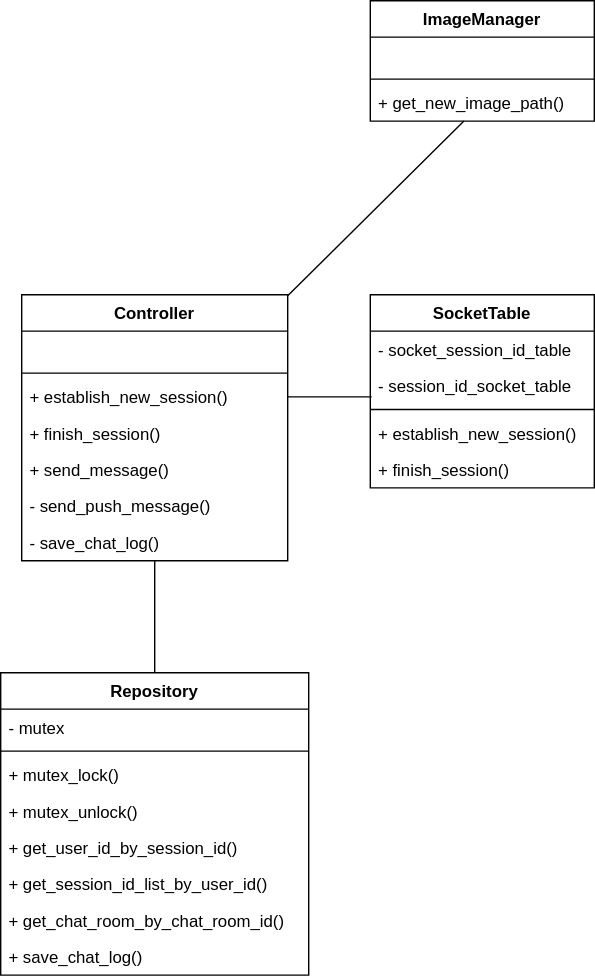
The draw.io diagram 클래스 다이어그램/chat_server_class_diagram.svg in shlim0/2022_capstone1, before a commit. Source tidied: cells renumbered, new cells last; positions are measured from the earlier drawing's top-left corner, leaving out a move shared by most shapes.
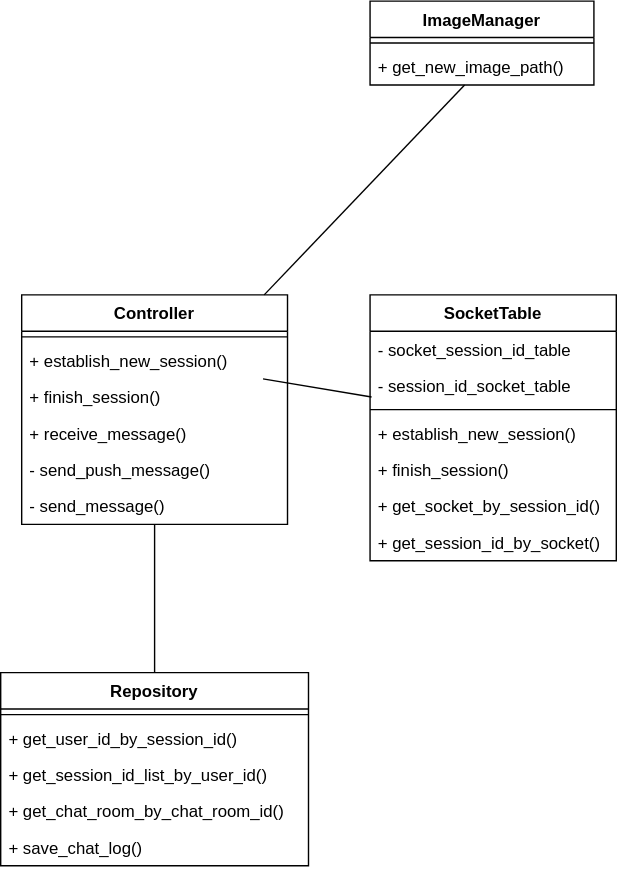
Above is the later version.

Commit message:
chat server class diagram 수정

The edit, as a diff of the source:
```diff
@@ -3,94 +3,87 @@
     <mxCell id="0" />
     <mxCell id="1" parent="0" />
     <mxCell id="2" value="Repository" style="swimlane;fontStyle=1;align=center;verticalAlign=top;horizontal=1;startSize=26;" parent="1" vertex="1">
-      <mxGeometry y="480" width="220" height="216" as="geometry" />
+      <mxGeometry y="480" width="220" height="138" as="geometry" />
     </mxCell>
-    <mxCell id="3" value="- mutex" style="text;strokeColor=none;fillColor=none;align=left;verticalAlign=top;spacingLeft=4;spacingRight=4;overflow=hidden;" parent="2" vertex="1">
-      <mxGeometry y="26" width="220" height="26" as="geometry" />
-    </mxCell>
     <mxCell id="4" style="line;strokeWidth=1;fillColor=none;align=left;verticalAlign=middle;spacingTop=-1;spacingLeft=3;spacingRight=3;labelPosition=right;strokeColor=inherit;" parent="2" vertex="1">
-      <mxGeometry y="52" width="220" height="8" as="geometry" />
+      <mxGeometry y="26" width="220" height="8" as="geometry" />
     </mxCell>
-    <mxCell id="5" value="+ mutex_lock()" style="text;strokeColor=none;fillColor=none;align=left;verticalAlign=top;spacingLeft=4;spacingRight=4;overflow=hidden;" parent="2" vertex="1">
-      <mxGeometry y="60" width="220" height="26" as="geometry" />
-    </mxCell>
-    <mxCell id="6" value="+ mutex_unlock()" style="text;strokeColor=none;fillColor=none;align=left;verticalAlign=top;spacingLeft=4;spacingRight=4;overflow=hidden;" parent="2" vertex="1">
-      <mxGeometry y="86" width="220" height="26" as="geometry" />
-    </mxCell>
     <mxCell id="7" value="+ get_user_id_by_session_id()" style="text;strokeColor=none;fillColor=none;align=left;verticalAlign=top;spacingLeft=4;spacingRight=4;overflow=hidden;" parent="2" vertex="1">
-      <mxGeometry y="112" width="220" height="26" as="geometry" />
+      <mxGeometry y="34" width="220" height="26" as="geometry" />
     </mxCell>
     <mxCell id="8" value="+ get_session_id_list_by_user_id()" style="text;strokeColor=none;fillColor=none;align=left;verticalAlign=top;spacingLeft=4;spacingRight=4;overflow=hidden;" parent="2" vertex="1">
-      <mxGeometry y="138" width="220" height="26" as="geometry" />
+      <mxGeometry y="60" width="220" height="26" as="geometry" />
     </mxCell>
     <mxCell id="9" value="+ get_chat_room_by_chat_room_id()" style="text;strokeColor=none;fillColor=none;align=left;verticalAlign=top;spacingLeft=4;spacingRight=4;overflow=hidden;" parent="2" vertex="1">
-      <mxGeometry y="164" width="220" height="26" as="geometry" />
+      <mxGeometry y="86" width="220" height="26" as="geometry" />
     </mxCell>
     <mxCell id="10" value="+ save_chat_log()" style="text;strokeColor=none;fillColor=none;align=left;verticalAlign=top;spacingLeft=4;spacingRight=4;overflow=hidden;" parent="2" vertex="1">
-      <mxGeometry y="190" width="220" height="26" as="geometry" />
+      <mxGeometry y="112" width="220" height="26" as="geometry" />
     </mxCell>
     <mxCell id="11" value="SocketTable" style="swimlane;fontStyle=1;align=center;verticalAlign=top;horizontal=1;startSize=26;" parent="1" vertex="1">
-      <mxGeometry x="264" y="210" width="160" height="138" as="geometry" />
+      <mxGeometry x="264" y="210" width="176" height="190" as="geometry" />
     </mxCell>
     <mxCell id="12" value="- socket_session_id_table" style="text;strokeColor=none;fillColor=none;align=left;verticalAlign=top;spacingLeft=4;spacingRight=4;overflow=hidden;" parent="11" vertex="1">
-      <mxGeometry y="26" width="160" height="26" as="geometry" />
+      <mxGeometry y="26" width="176" height="26" as="geometry" />
     </mxCell>
     <mxCell id="13" value="- session_id_socket_table" style="text;strokeColor=none;fillColor=none;align=left;verticalAlign=top;spacingLeft=4;spacingRight=4;overflow=hidden;points=[[0,0.5],[1,0.5]];portConstraint=eastwest;" parent="11" vertex="1">
-      <mxGeometry y="52" width="160" height="26" as="geometry" />
+      <mxGeometry y="52" width="176" height="26" as="geometry" />
     </mxCell>
     <mxCell id="14" style="line;strokeWidth=1;fillColor=none;align=left;verticalAlign=middle;spacingTop=-1;spacingLeft=3;spacingRight=3;labelPosition=right;strokeColor=inherit;" parent="11" vertex="1">
-      <mxGeometry y="78" width="160" height="8" as="geometry" />
+      <mxGeometry y="78" width="176" height="8" as="geometry" />
     </mxCell>
     <mxCell id="15" value="+ establish_new_session()" style="text;strokeColor=none;fillColor=none;align=left;verticalAlign=top;spacingLeft=4;spacingRight=4;overflow=hidden;" parent="11" vertex="1">
-      <mxGeometry y="86" width="160" height="26" as="geometry" />
+      <mxGeometry y="86" width="176" height="26" as="geometry" />
     </mxCell>
     <mxCell id="16" value="+ finish_session()" style="text;strokeColor=none;fillColor=none;align=left;verticalAlign=top;spacingLeft=4;spacingRight=4;overflow=hidden;" parent="11" vertex="1">
-      <mxGeometry y="112" width="160" height="26" as="geometry" />
+      <mxGeometry y="112" width="176" height="26" as="geometry" />
     </mxCell>
+    <mxCell id="32" value="+ get_socket_by_session_id()" style="text;strokeColor=none;fillColor=none;align=left;verticalAlign=top;spacingLeft=4;spacingRight=4;overflow=hidden;" parent="11" vertex="1">
+      <mxGeometry y="138" width="176" height="26" as="geometry" />
+    </mxCell>
+    <mxCell id="33" value="+ get_session_id_by_socket()" style="text;strokeColor=none;fillColor=none;align=left;verticalAlign=top;spacingLeft=4;spacingRight=4;overflow=hidden;" parent="11" vertex="1">
+      <mxGeometry y="164" width="176" height="26" as="geometry" />
+    </mxCell>
     <mxCell id="17" value="ImageManager" style="swimlane;fontStyle=1;align=center;verticalAlign=top;horizontal=1;startSize=26;" parent="1" vertex="1">
-      <mxGeometry x="264" width="160" height="86" as="geometry" />
+      <mxGeometry x="264" width="160" height="60" as="geometry" />
     </mxCell>
-    <mxCell id="18" value=" " style="text;strokeColor=none;fillColor=none;align=left;verticalAlign=top;spacingLeft=4;spacingRight=4;overflow=hidden;" parent="17" vertex="1">
-      <mxGeometry y="26" width="160" height="26" as="geometry" />
-    </mxCell>
     <mxCell id="19" style="line;strokeWidth=1;fillColor=none;align=left;verticalAlign=middle;spacingTop=-1;spacingLeft=3;spacingRight=3;labelPosition=right;strokeColor=inherit;" parent="17" vertex="1">
-      <mxGeometry y="52" width="160" height="8" as="geometry" />
+      <mxGeometry y="26" width="160" height="8" as="geometry" />
     </mxCell>
     <mxCell id="20" value="+ get_new_image_path()" style="text;strokeColor=none;fillColor=none;align=left;verticalAlign=top;spacingLeft=4;spacingRight=4;overflow=hidden;points=[[0,0.5],[1,0.5]];portConstraint=eastwest;" parent="17" vertex="1">
-      <mxGeometry y="60" width="160" height="26" as="geometry" />
+      <mxGeometry y="34" width="160" height="26" as="geometry" />
     </mxCell>
     <mxCell id="21" value="Controller" style="swimlane;fontStyle=1;align=center;verticalAlign=top;horizontal=1;startSize=26;" parent="1" vertex="1">
-      <mxGeometry x="15" y="210" width="190" height="190" as="geometry" />
+      <mxGeometry x="15" y="210" width="190" height="164" as="geometry" />
     </mxCell>
-    <mxCell id="22" value=" " style="text;strokeColor=none;fillColor=none;align=left;verticalAlign=top;spacingLeft=4;spacingRight=4;overflow=hidden;" parent="21" vertex="1">
-      <mxGeometry y="26" width="190" height="26" as="geometry" />
-    </mxCell>
     <mxCell id="23" style="line;strokeWidth=1;fillColor=none;align=left;verticalAlign=middle;spacingTop=-1;spacingLeft=3;spacingRight=3;labelPosition=right;strokeColor=inherit;" parent="21" vertex="1">
-      <mxGeometry y="52" width="190" height="8" as="geometry" />
+      <mxGeometry y="26" width="190" height="8" as="geometry" />
     </mxCell>
     <mxCell id="24" value="+ establish_new_session()    " style="text;strokeColor=none;fillColor=none;align=left;verticalAlign=top;spacingLeft=4;spacingRight=4;overflow=hidden;points=[[0,0.5],[1,0.5]];portConstraint=eastwest;" parent="21" vertex="1">
-      <mxGeometry y="60" width="190" height="26" as="geometry" />
+      <mxGeometry y="34" width="190" height="26" as="geometry" />
     </mxCell>
     <mxCell id="25" value="+ finish_session()" style="text;strokeColor=none;fillColor=none;align=left;verticalAlign=top;spacingLeft=4;spacingRight=4;overflow=hidden;" parent="21" vertex="1">
-      <mxGeometry y="86" width="190" height="26" as="geometry" />
+      <mxGeometry y="60" width="190" height="26" as="geometry" />
     </mxCell>
-    <mxCell id="26" value="+ send_message()" style="text;strokeColor=none;fillColor=none;align=left;verticalAlign=top;spacingLeft=4;spacingRight=4;overflow=hidden;" parent="21" vertex="1">
-      <mxGeometry y="112" width="190" height="26" as="geometry" />
+    <mxCell id="26" value="+ receive_message()" style="text;strokeColor=none;fillColor=none;align=left;verticalAlign=top;spacingLeft=4;spacingRight=4;overflow=hidden;" parent="21" vertex="1">
+      <mxGeometry y="86" width="190" height="26" as="geometry" />
     </mxCell>
     <mxCell id="27" value="- send_push_message()" style="text;strokeColor=none;fillColor=none;align=left;verticalAlign=top;spacingLeft=4;spacingRight=4;overflow=hidden;" parent="21" vertex="1">
-      <mxGeometry y="138" width="190" height="26" as="geometry" />
+      <mxGeometry y="112" width="190" height="26" as="geometry" />
     </mxCell>
-    <mxCell id="28" value="- save_chat_log()" style="text;strokeColor=none;fillColor=none;align=left;verticalAlign=top;spacingLeft=4;spacingRight=4;overflow=hidden;points=[[0,0.5],[1,0.5]];portConstraint=eastwest;" parent="21" vertex="1">
-      <mxGeometry y="164" width="190" height="26" as="geometry" />
-    </mxCell>
+    <mxCell id="34" value="- send_message()" style="text;strokeColor=none;fillColor=none;align=left;verticalAlign=top;spacingLeft=4;spacingRight=4;overflow=hidden;" parent="21" vertex="1">
+      <mxGeometry y="138" width="190" height="26" as="geometry" />
+    </mxCell>
     <mxCell id="29" style="endArrow=none;html=1;rounded=0;" parent="1" edge="1" source="20" target="21">
       <mxGeometry relative="1" as="geometry" />
     </mxCell>
     <mxCell id="30" style="endArrow=none;html=1;rounded=0;exitX=0.006;exitY=0.808;exitDx=0;exitDy=0;exitPerimeter=0;" parent="1" edge="1" source="13" target="24">
       <mxGeometry relative="1" as="geometry" />
     </mxCell>
-    <mxCell id="31" style="endArrow=none;html=1;rounded=0;" parent="1" edge="1" source="28" target="2">
-      <mxGeometry relative="1" as="geometry" />
+    <mxCell id="31" style="endArrow=none;html=1;rounded=0;" parent="1" edge="1" target="2">
+      <mxGeometry relative="1" as="geometry">
+        <mxPoint x="110" y="374" as="sourcePoint" />
+      </mxGeometry>
     </mxCell>
   </root>
 </mxGraphModel>
```
